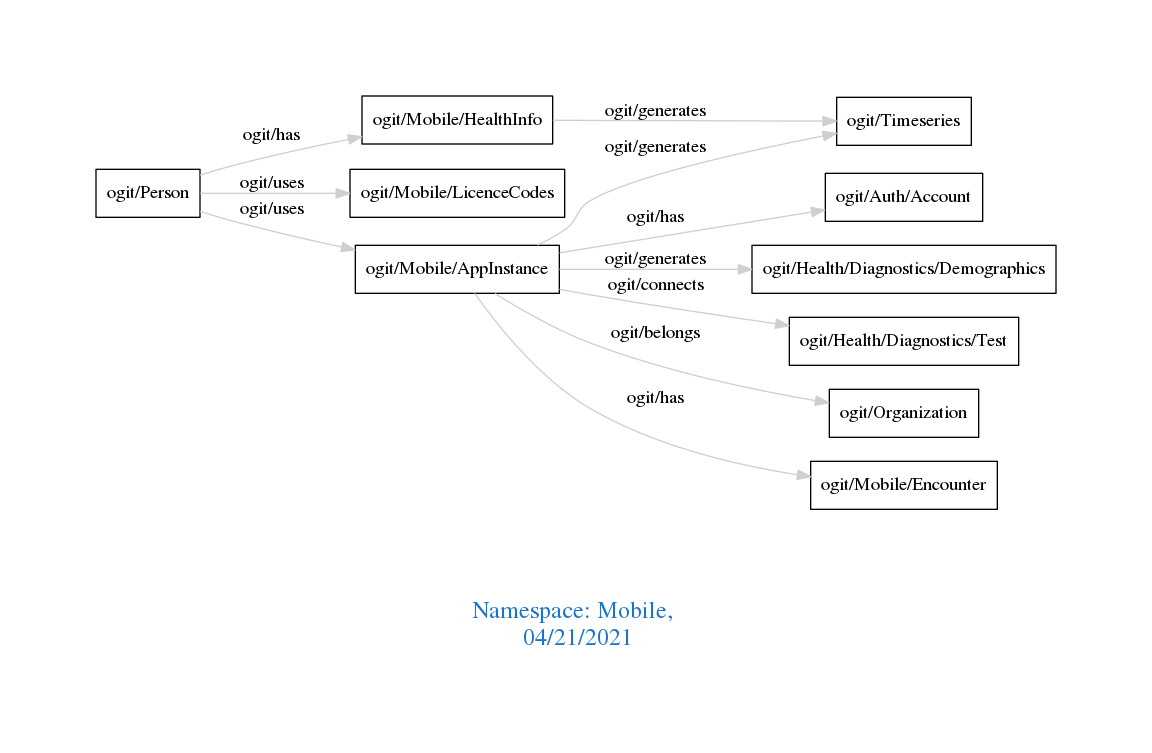
arago/OGIT keeps this Graphviz diagram as downloads/Mobile.png. Above is the earlier version. Its source is kept beside it as downloads/Mobile.dot.
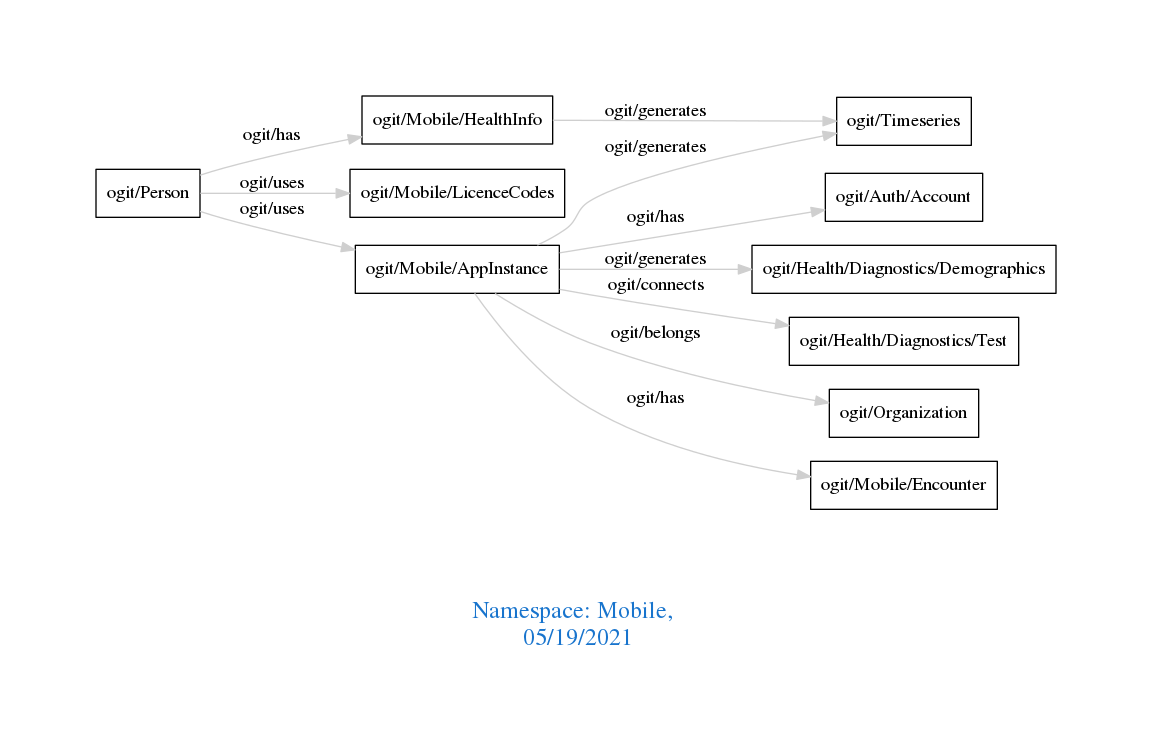
After the change.

Diff of the diagram source:
```diff
@@ -1,7 +1,7 @@
 digraph OGIT_ontology {
  graph [ rankdir= LR,pad=1
 fontsize = 18,
-fontcolor= dodgerblue3,label = "\n\n\nNamespace: Mobile, \n 04/21/2021"];
+fontcolor= dodgerblue3,label = "\n\n\nNamespace: Mobile, \n 05/19/2021"];
 node[shape=polygon];
 edge [  color="gray81"];
 
```
